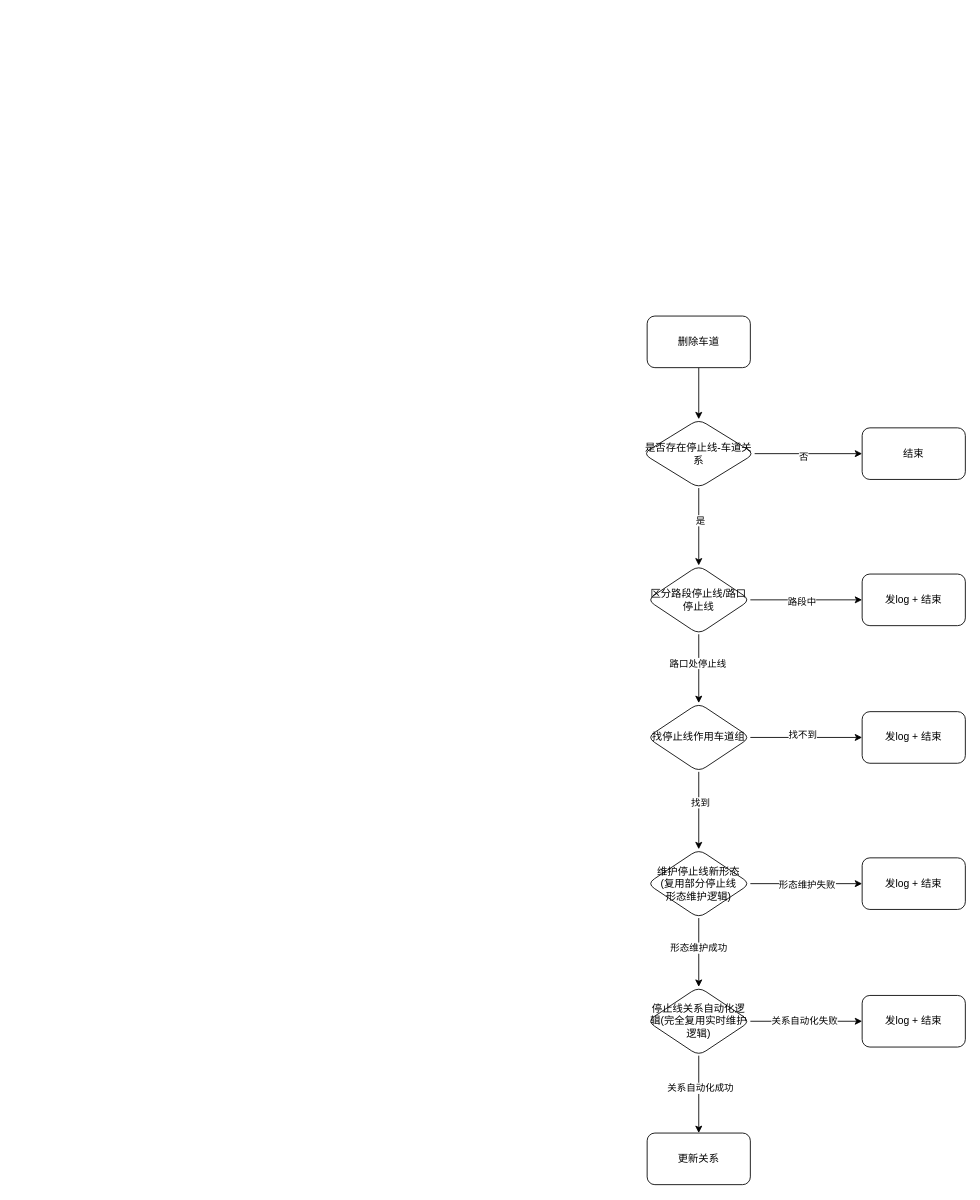
chaijinsong/draw.io keeps this draw.io diagram as 停止线-车道关系被动维护.drawio. Above is the earlier version. Source tidied: cells renumbered, new cells numbered last; positions are measured from the earlier drawing's top-left corner, leaving out a move shared by most shapes. Both pictures are drawn from the tidied source at 86%, with x=0, y=0 at pixel (642, 316).
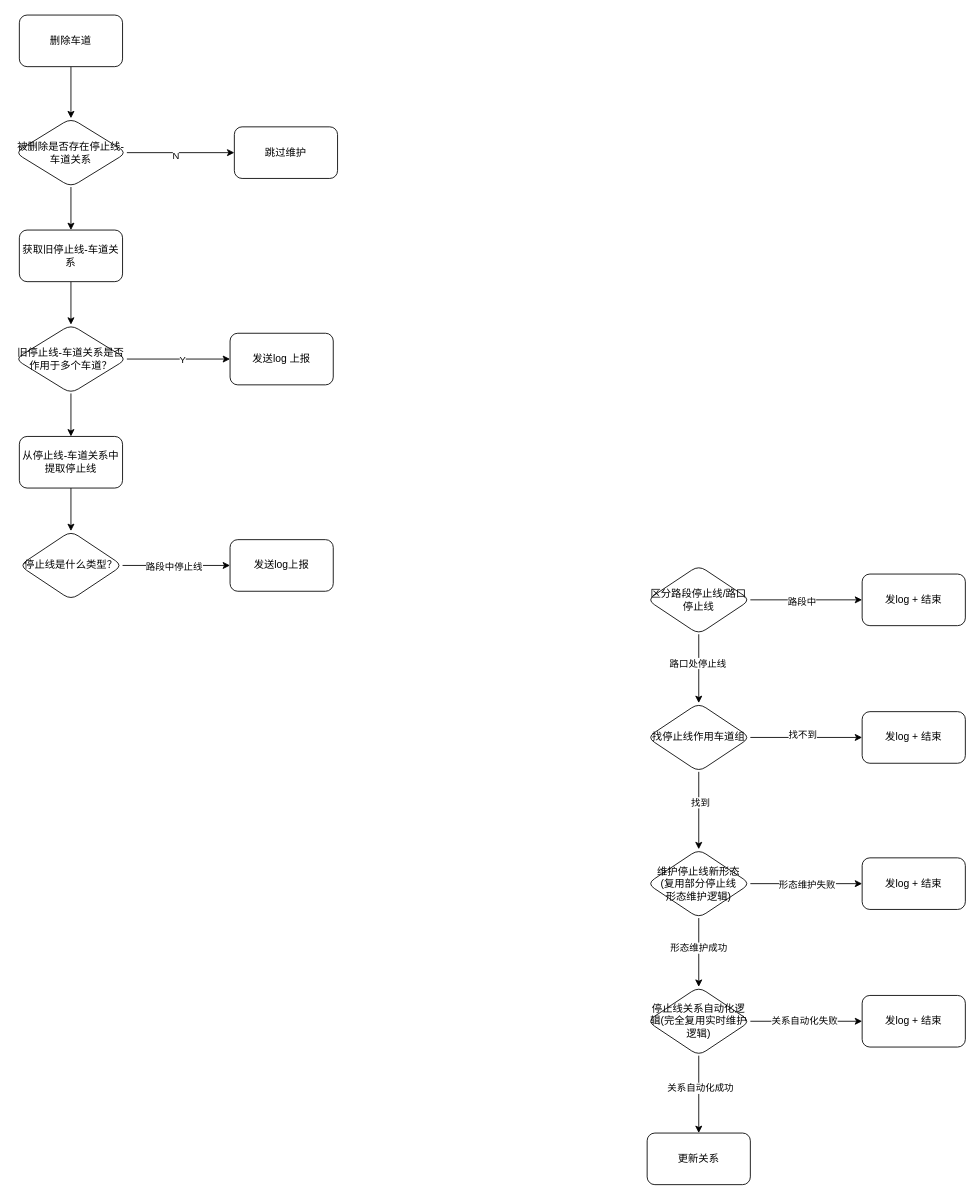
Above is the later version.

Commit message (it also covers changes not shown here):
更新停止线-车道关系被动维护.drawio

The change refers to these unchanged cells:
```xml
<mxCell id="4" style="edgeStyle=orthogonalEdgeStyle;rounded=0;jettySize=auto;html=1;" parent="1" edge="1" source="8" target="9">
  <mxGeometry relative="1" as="geometry" />
</mxCell>
<mxCell id="14" value="区分路段停止线/路口停止线" style="rhombus;whiteSpace=wrap;html=1;rounded=1;" parent="1" vertex="1">
  <mxGeometry x="5" y="290" width="120" height="80" as="geometry" />
</mxCell>
```

Change to the diagram source:
```diff
@@
     <mxCell id="3" value="删除车道" style="rounded=1;whiteSpace=wrap;html=1;" parent="1" vertex="1">
-      <mxGeometry x="5" width="120" height="60" as="geometry" />
+      <mxGeometry x="-725" y="-350" width="120" height="60" as="geometry" />
     </mxCell>
@@
-    <mxCell id="5" value="否" style="edgeLabel;html=1;align=center;verticalAlign=middle;" parent="4" vertex="1">
+    <mxCell id="5" value="N&lt;br&gt;" style="edgeLabel;html=1;align=center;verticalAlign=middle;" parent="4" vertex="1">
       <mxGeometry x="-0.11" y="-3" relative="1" as="geometry" />
     </mxCell>
-    <mxCell id="6" style="edgeStyle=orthogonalEdgeStyle;rounded=0;jettySize=auto;html=1;entryX=0.5;entryY=0;entryDx=0;entryDy=0;" parent="1" edge="1" source="8" target="14">
-      <mxGeometry relative="1" as="geometry" />
-    </mxCell>
-    <mxCell id="7" value="是" style="edgeLabel;html=1;align=center;verticalAlign=middle;" parent="6" vertex="1">
-      <mxGeometry x="-0.18" y="1" relative="1" as="geometry" />
-    </mxCell>
+    <mxCell id="35" style="edgeStyle=orthogonalEdgeStyle;rounded=0;jettySize=auto;html=1;" parent="1" edge="1" source="8" target="37">
+      <mxGeometry relative="1" as="geometry" />
+    </mxCell>
-    <mxCell id="8" value="是否存在停止线-车道关系" style="rhombus;whiteSpace=wrap;html=1;rounded=1;" parent="1" vertex="1">
-      <mxGeometry y="120" width="130" height="80" as="geometry" />
+    <mxCell id="8" value="被删除是否存在停止线-车道关系" style="rhombus;whiteSpace=wrap;html=1;rounded=1;" parent="1" vertex="1">
+      <mxGeometry x="-730" y="-230" width="130" height="80" as="geometry" />
     </mxCell>
-    <mxCell id="9" value="结束" style="whiteSpace=wrap;html=1;rounded=1;" parent="1" vertex="1">
-      <mxGeometry x="255" y="130" width="120" height="60" as="geometry" />
+    <mxCell id="9" value="跳过维护" style="whiteSpace=wrap;html=1;rounded=1;" parent="1" vertex="1">
+      <mxGeometry x="-475" y="-220" width="120" height="60" as="geometry" />
     </mxCell>
@@
+    <mxCell id="36" style="edgeStyle=orthogonalEdgeStyle;rounded=0;jettySize=auto;html=1;entryX=0.5;entryY=0;entryDx=0;entryDy=0;" parent="1" edge="1" source="37" target="41">
+      <mxGeometry relative="1" as="geometry" />
+    </mxCell>
+    <mxCell id="37" value="获取旧停止线-车道关系" style="whiteSpace=wrap;html=1;rounded=1;" parent="1" vertex="1">
+      <mxGeometry x="-725" y="-100" width="120" height="60" as="geometry" />
+    </mxCell>
+    <mxCell id="38" style="edgeStyle=orthogonalEdgeStyle;rounded=0;jettySize=auto;html=1;" parent="1" edge="1" source="41" target="42">
+      <mxGeometry relative="1" as="geometry" />
+    </mxCell>
+    <mxCell id="39" value="Y" style="edgeLabel;html=1;align=center;verticalAlign=middle;" parent="38" vertex="1">
+      <mxGeometry x="0.06" relative="1" as="geometry" />
+    </mxCell>
+    <mxCell id="40" style="edgeStyle=orthogonalEdgeStyle;rounded=0;jettySize=auto;html=1;" parent="1" edge="1" source="41" target="44">
+      <mxGeometry relative="1" as="geometry" />
+    </mxCell>
+    <mxCell id="41" value="旧停止线-车道关系是否作用于多个车道？" style="rhombus;whiteSpace=wrap;html=1;rounded=1;" parent="1" vertex="1">
+      <mxGeometry x="-730" y="10" width="130" height="80" as="geometry" />
+    </mxCell>
+    <mxCell id="42" value="发送log 上报" style="whiteSpace=wrap;html=1;rounded=1;" parent="1" vertex="1">
+      <mxGeometry x="-480" y="20" width="120" height="60" as="geometry" />
+    </mxCell>
+    <mxCell id="43" style="edgeStyle=orthogonalEdgeStyle;rounded=0;jettySize=auto;html=1;" parent="1" edge="1" source="44" target="47">
+      <mxGeometry relative="1" as="geometry" />
+    </mxCell>
+    <mxCell id="44" value="从停止线-车道关系中提取停止线" style="whiteSpace=wrap;html=1;rounded=1;" parent="1" vertex="1">
+      <mxGeometry x="-725" y="140" width="120" height="60" as="geometry" />
+    </mxCell>
+    <mxCell id="45" style="edgeStyle=orthogonalEdgeStyle;rounded=0;jettySize=auto;html=1;" parent="1" edge="1" source="47" target="48">
+      <mxGeometry relative="1" as="geometry" />
+    </mxCell>
+    <mxCell id="46" value="路段中停止线" style="edgeLabel;html=1;align=center;verticalAlign=middle;" parent="45" vertex="1">
+      <mxGeometry x="-0.05" y="-1" relative="1" as="geometry" />
+    </mxCell>
+    <mxCell id="47" value="停止线是什么类型？" style="rhombus;whiteSpace=wrap;html=1;rounded=1;" parent="1" vertex="1">
+      <mxGeometry x="-725" y="250" width="120" height="80" as="geometry" />
+    </mxCell>
+    <mxCell id="48" value="发送log上报" style="whiteSpace=wrap;html=1;rounded=1;" parent="1" vertex="1">
+      <mxGeometry x="-480" y="260" width="120" height="60" as="geometry" />
+    </mxCell>
```
